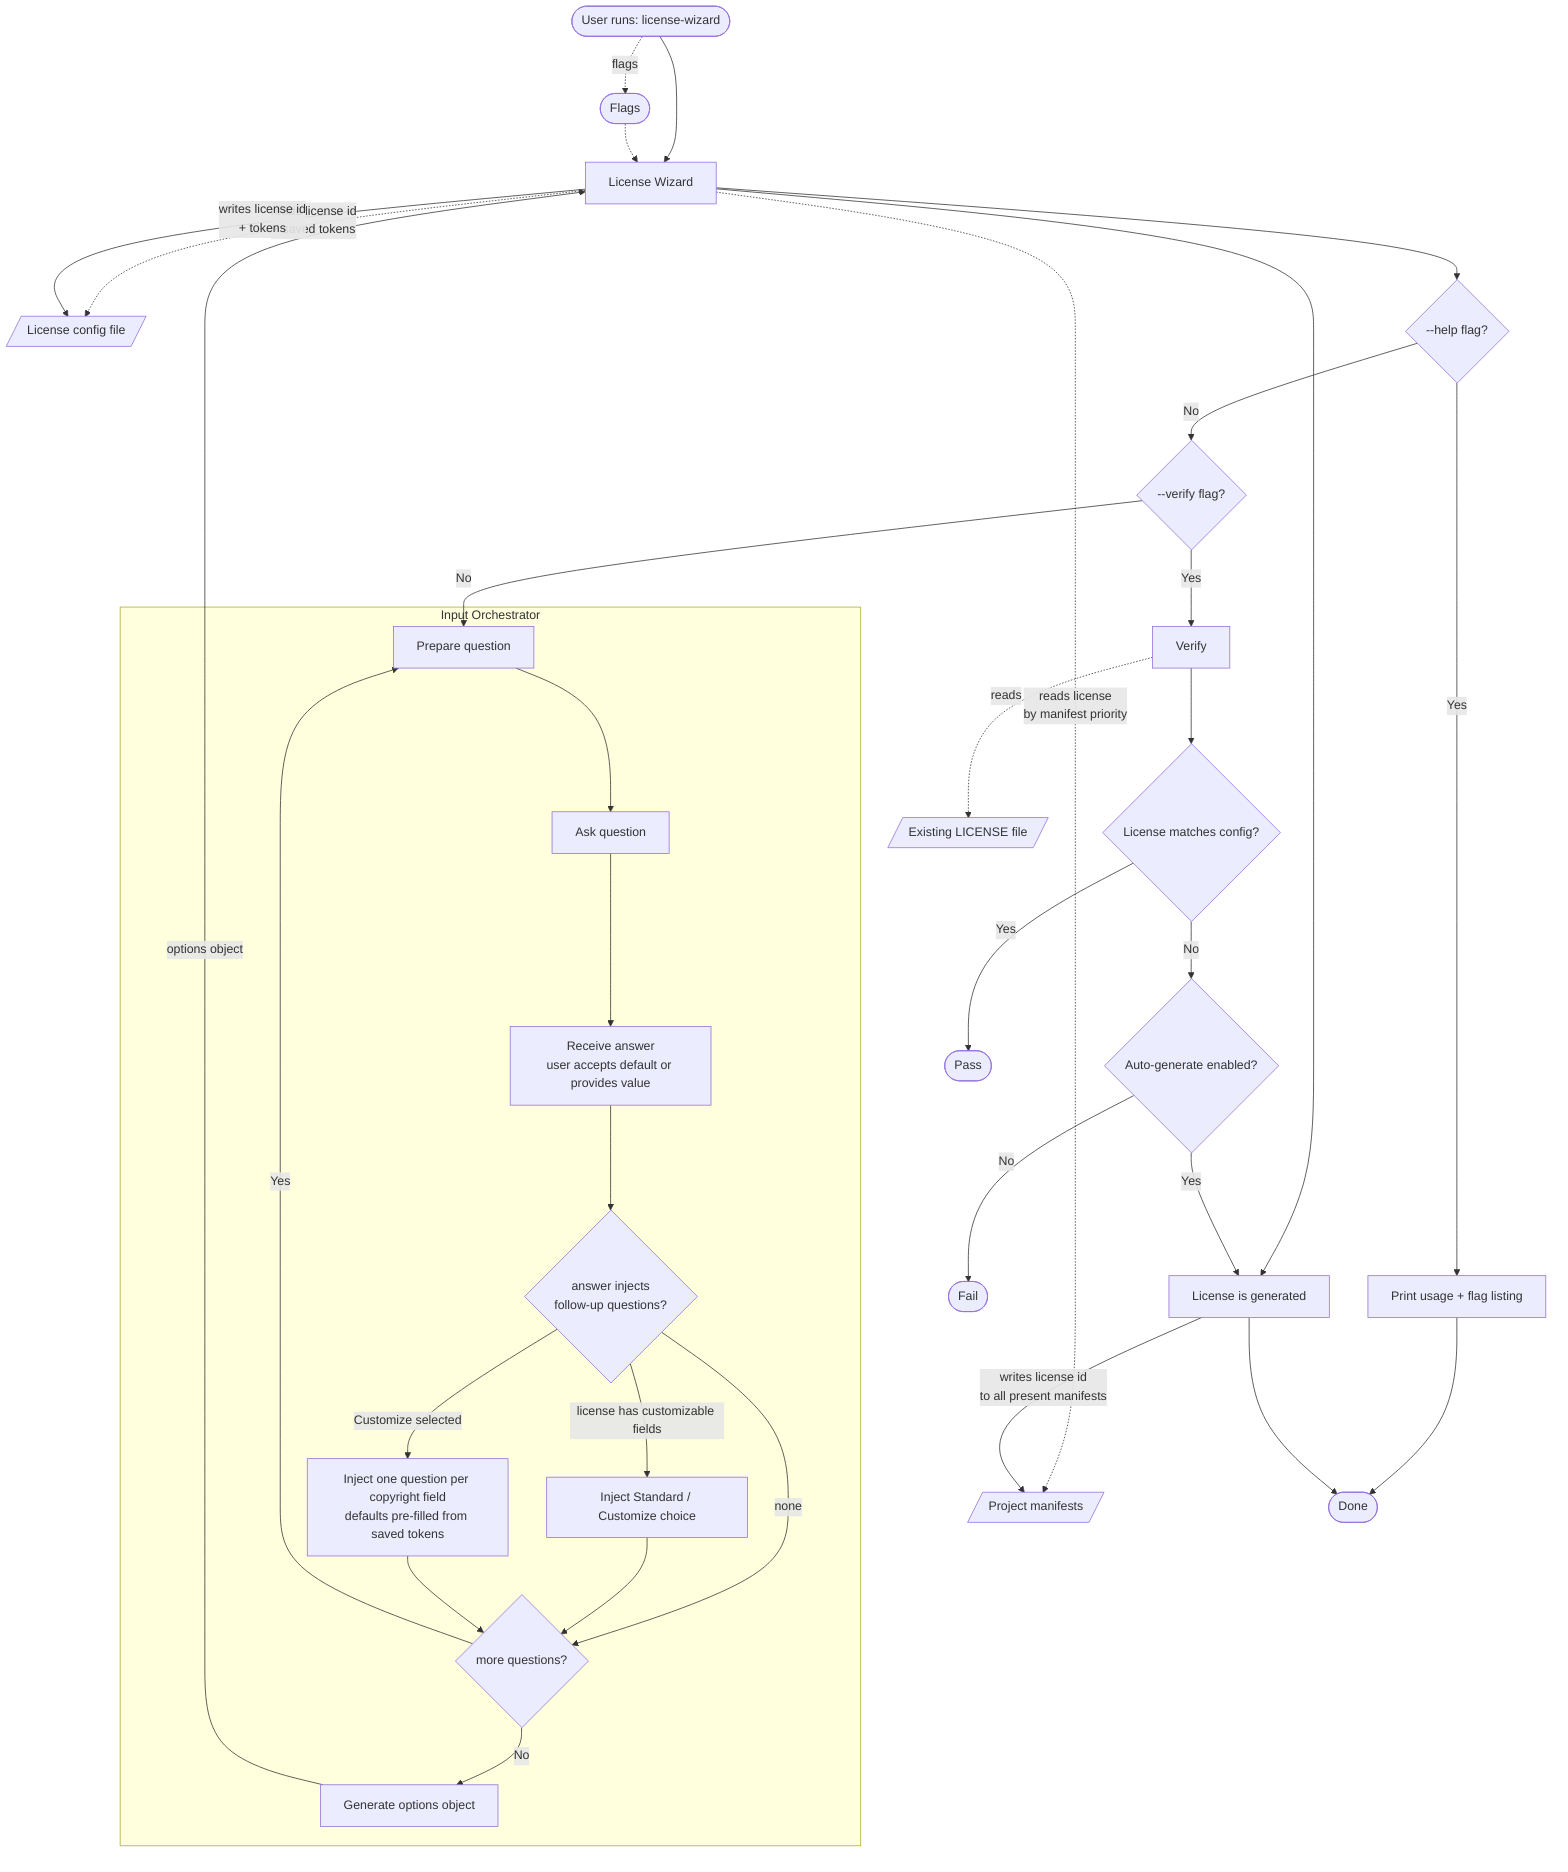
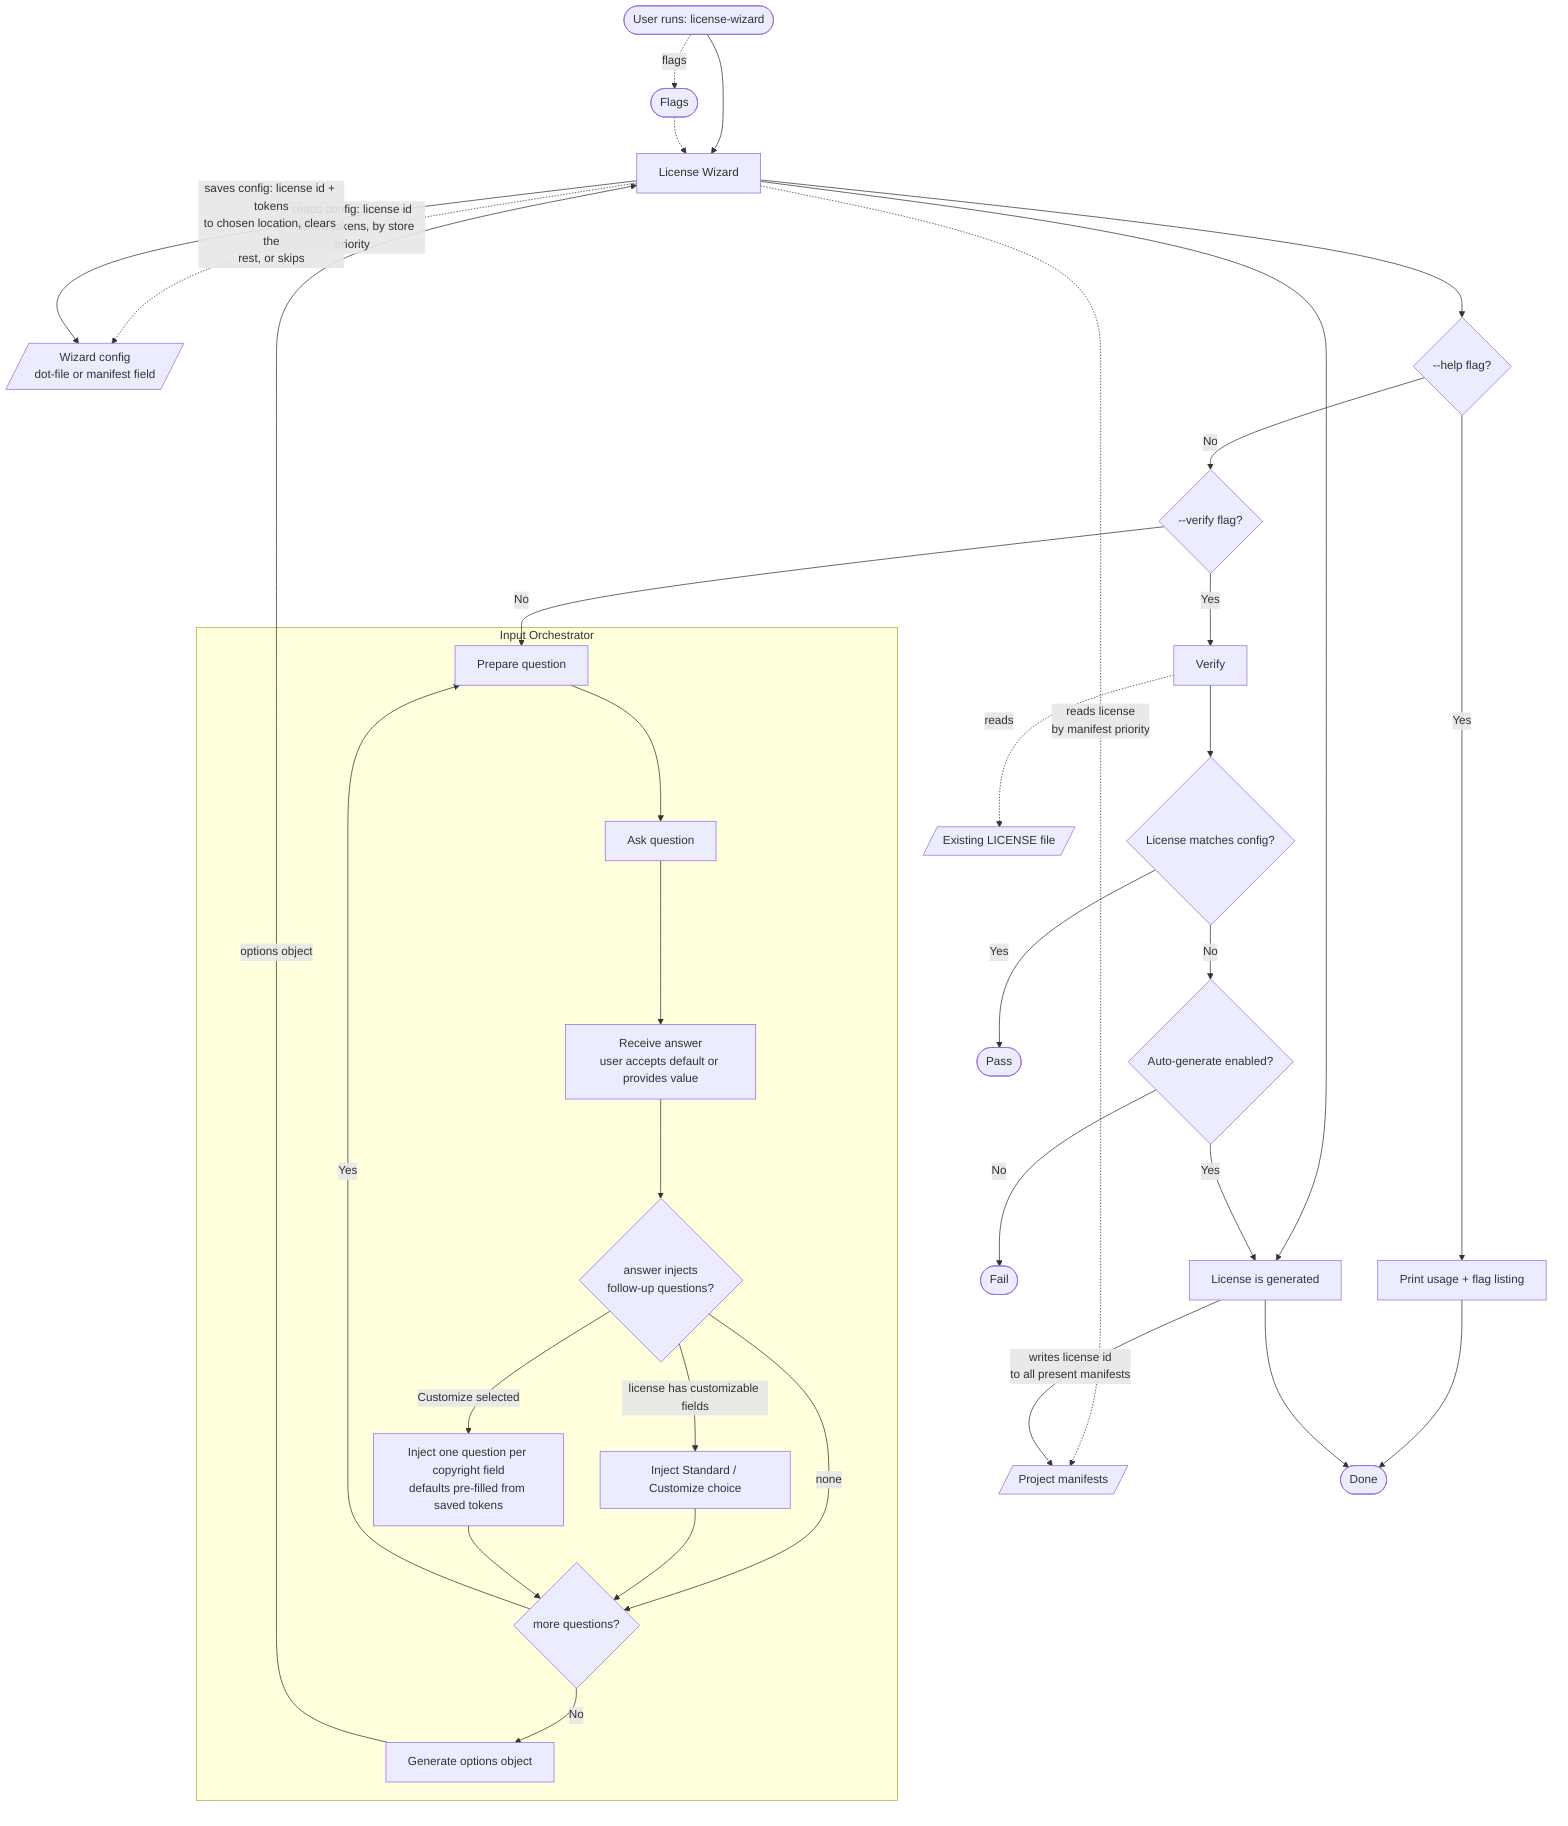
flowchart TD
    A([User runs: license-wizard]) --> LW[License Wizard]
    A -.->|flags| FL([Flags])
    FL -.-> LW
-     LW -.->|reads license id<br/>+ saved tokens| LC[/License config file/]
+     LW -.->|reads config: license id<br/>+ saved tokens, by store priority| LC[/Wizard config<br/>dot-file or manifest field/]
    LW -.->|reads license<br/>by manifest priority| PJ[/Project manifests/]

    LW --> HELP{--help flag?}

    %% ─── Help path ───
    HELP -->|Yes| HU[Print usage + flag listing]
    HU --> H

    HELP -->|No| M{--verify flag?}

    %% ─── Interactive / generation path ───
    M -->|No| C

    subgraph IO [Input Orchestrator]
        C[Prepare question]
        C --> D[Ask question]
        D --> E[Receive answer<br/>user accepts default or provides value]
        E --> INJ{answer injects<br/>follow-up questions?}
        INJ -->|license has customizable fields| MODE[Inject Standard / Customize choice]
        INJ -->|Customize selected| FIELDS[Inject one question per copyright field<br/>defaults pre-filled from saved tokens]
        INJ -->|none| F
        MODE --> F
        FIELDS --> F
        F{more questions?}
        F -->|Yes| C
        F -->|No| OG[Generate options object]
    end

    OG -->|options object| LW
-     LW -->|writes license id<br/>+ tokens| LC
+     LW -->|saves config: license id + tokens<br/>to chosen location, clears the<br/>rest, or skips| LC
    LW --> G[License is generated]
    G -->|writes license id<br/>to all present manifests| PJ
    G --> H([Done])

    %% ─── Verification path ───
    M -->|Yes| V[Verify]
    V -.->|reads| EL[/Existing LICENSE file/]
    V --> R{License matches config?}
    R -->|Yes| PASS([Pass])
    R -->|No| AG{Auto-generate enabled?}
    AG -->|Yes| G
    AG -->|No| FAIL([Fail])
